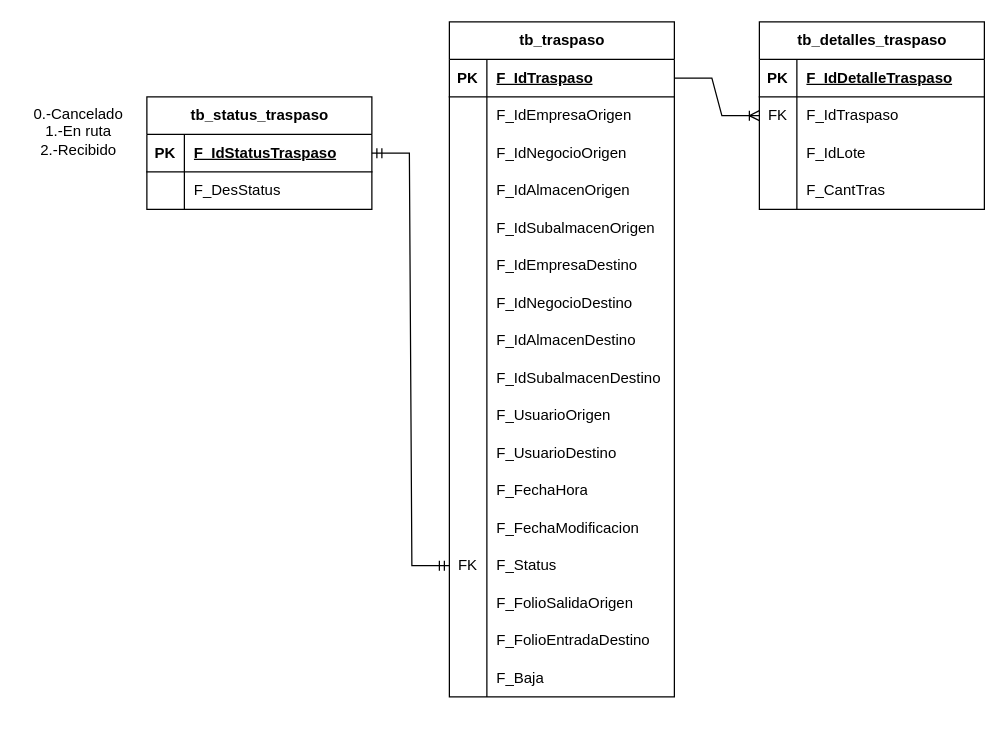
ErnestoDanielTafoyaMolinaCYM/clases-cat-cym keeps this draw.io diagram as TablaTraspasos.drawio. Above is the earlier version. Source tidied: cells renumbered, new cells numbered last; positions are measured from the earlier drawing's top-left corner, leaving out a move shared by most shapes. Both pictures are drawn from the tidied source at 125%, with x=0, y=0 at pixel (21, 21).
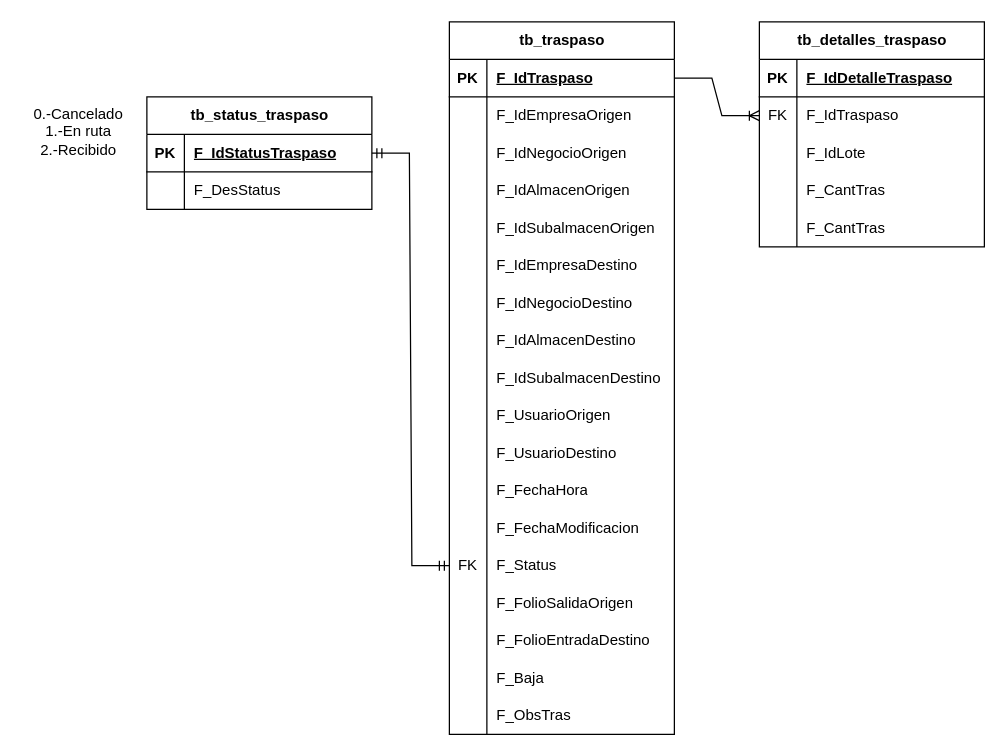
The same diagram, later.

Diff of the diagram source:
```diff
@@
     <mxCell id="2" value="tb_traspaso" style="shape=table;startSize=30;childLayout=tableLayout;rowLines=0;fontStyle=1;align=center;html=1;" parent="1" vertex="1">
-      <mxGeometry x="342" width="180" height="540" as="geometry" />
+      <mxGeometry x="342" width="180" height="570" as="geometry" />
     </mxCell>
@@
+    <mxCell id="77" style="shape=tableRow;horizontal=0;startSize=0;swimlaneHead=0;swimlaneBody=0;fillColor=none;top=0;left=0;right=0;bottom=0;" parent="2" vertex="1">
+      <mxGeometry y="540" width="180" height="30" as="geometry" />
+    </mxCell>
+    <mxCell id="78" style="shape=partialRectangle;fillColor=none;top=0;left=0;bottom=0;right=0;overflow=hidden;whiteSpace=wrap;html=1;" parent="77" vertex="1">
+      <mxGeometry width="30" height="30" as="geometry" />
+    </mxCell>
+    <mxCell id="79" value="F_ObsTras" style="shape=partialRectangle;fillColor=none;top=0;left=0;bottom=0;right=0;align=left;spacingLeft=6;overflow=hidden;whiteSpace=wrap;html=1;" parent="77" vertex="1">
+      <mxGeometry x="30" width="150" height="30" as="geometry" />
+    </mxCell>
     <mxCell id="54" value="tb_detalles_traspaso" style="shape=table;startSize=30;childLayout=tableLayout;rowLines=0;fontStyle=1;align=center;html=1;" parent="1" vertex="1">
-      <mxGeometry x="590" width="180" height="150" as="geometry" />
+      <mxGeometry x="590" width="180" height="180" as="geometry" />
     </mxCell>
@@
+    <mxCell id="80" style="shape=tableRow;horizontal=0;startSize=0;swimlaneHead=0;swimlaneBody=0;fillColor=none;top=0;left=0;right=0;bottom=0;" parent="54" vertex="1">
+      <mxGeometry y="150" width="180" height="30" as="geometry" />
+    </mxCell>
+    <mxCell id="81" style="shape=partialRectangle;fillColor=none;top=0;left=0;bottom=0;right=0;overflow=hidden;whiteSpace=wrap;html=1;" parent="80" vertex="1">
+      <mxGeometry width="30" height="30" as="geometry" />
+    </mxCell>
+    <mxCell id="82" value="F_CantTras" style="shape=partialRectangle;fillColor=none;top=0;left=0;bottom=0;right=0;align=left;spacingLeft=6;overflow=hidden;whiteSpace=wrap;html=1;" parent="80" vertex="1">
+      <mxGeometry x="30" width="150" height="30" as="geometry" />
+    </mxCell>
```
